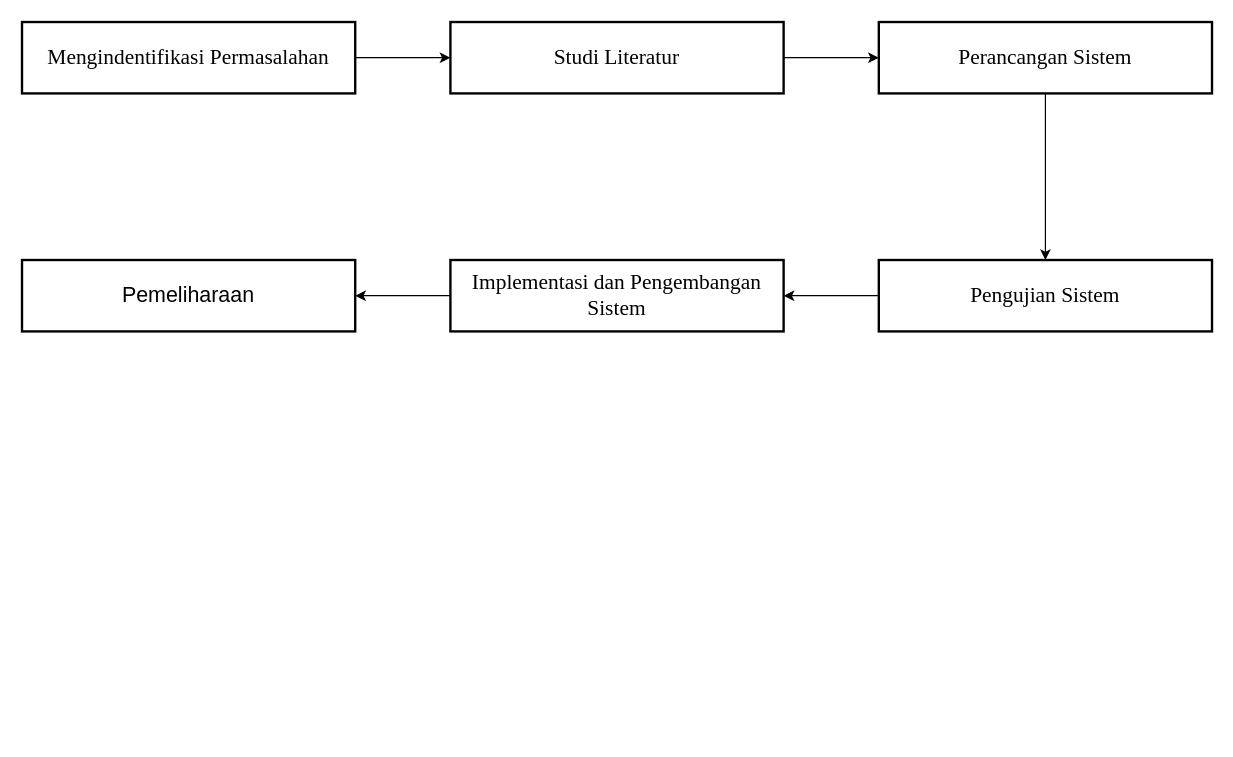
Before: Diagram Kerangka kerja.drawio in Andriansyah2501/Skripsi-Andrian, a draw.io diagram. Source tidied: cells renumbered, new cells numbered last; positions are measured from the earlier drawing's top-left corner, leaving out a move shared by most shapes. Both pictures are drawn from the tidied source at 119%, with x=0, y=0 at pixel (21, 21).
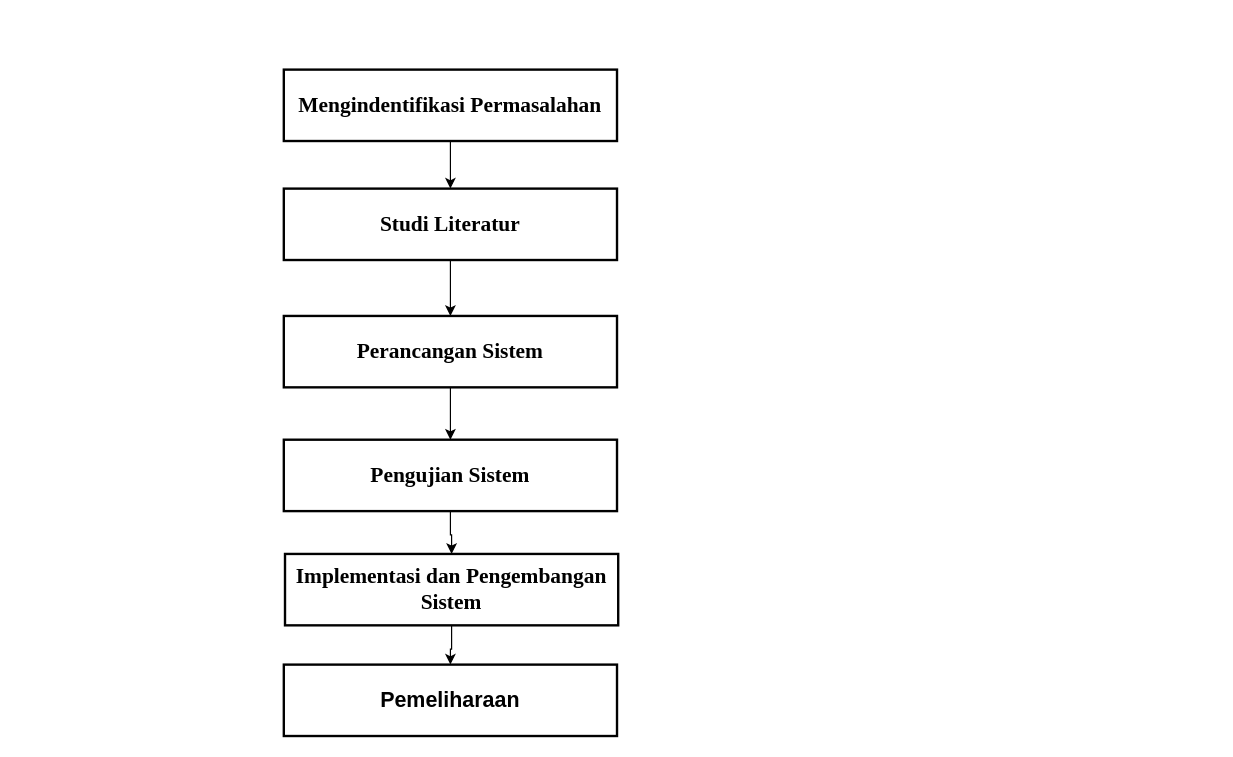
After the change.

Change to the diagram source:
```diff
@@
 <mxGraphModel>
   <root>
     <mxCell id="0" />
     <mxCell id="1" parent="0" />
-    <mxCell id="2" style="edgeStyle=orthogonalEdgeStyle;rounded=0;jettySize=auto;html=1;" parent="1" edge="1" source="3" target="5">
+    <mxCell id="2" style="edgeStyle=orthogonalEdgeStyle;rounded=0;jettySize=auto;html=1;fontStyle=1;" parent="1" edge="1" source="3" target="5">
       <mxGeometry relative="1" as="geometry" />
     </mxCell>
-    <mxCell id="3" value="&lt;p align=&quot;center&quot; class=&quot;MsoNormal&quot;&gt;&lt;font face=&quot;Times New Roman&quot; style=&quot;font-size: 18px;&quot;&gt;Mengindentifikasi Permasalahan&lt;/font&gt;&lt;/p&gt;" style="rounded=0;whiteSpace=wrap;html=1;strokeWidth=2;" parent="1" vertex="1">
-      <mxGeometry width="280" height="60" as="geometry" />
+    <mxCell id="3" value="&lt;p align=&quot;center&quot; class=&quot;MsoNormal&quot;&gt;&lt;font face=&quot;Times New Roman&quot; style=&quot;font-size: 18px;&quot;&gt;Mengindentifikasi Permasalahan&lt;/font&gt;&lt;/p&gt;" style="rounded=0;whiteSpace=wrap;html=1;strokeWidth=2;fontStyle=1;" parent="1" vertex="1">
+      <mxGeometry x="220" y="40" width="280" height="60" as="geometry" />
     </mxCell>
-    <mxCell id="4" style="edgeStyle=orthogonalEdgeStyle;rounded=0;jettySize=auto;html=1;" parent="1" edge="1" source="5" target="7">
+    <mxCell id="4" style="edgeStyle=orthogonalEdgeStyle;rounded=0;jettySize=auto;html=1;fontStyle=1;" parent="1" edge="1" source="5" target="7">
       <mxGeometry relative="1" as="geometry" />
     </mxCell>
-    <mxCell id="5" value="&lt;p align=&quot;center&quot; class=&quot;MsoNormal&quot;&gt;&lt;font face=&quot;Times New Roman&quot; style=&quot;font-size: 18px;&quot;&gt;Studi Literatur&lt;/font&gt;&lt;/p&gt;" style="rounded=0;whiteSpace=wrap;html=1;strokeWidth=2;" parent="1" vertex="1">
-      <mxGeometry x="360" width="280" height="60" as="geometry" />
+    <mxCell id="5" value="&lt;p align=&quot;center&quot; class=&quot;MsoNormal&quot;&gt;&lt;font face=&quot;Times New Roman&quot; style=&quot;font-size: 18px;&quot;&gt;Studi Literatur&lt;/font&gt;&lt;/p&gt;" style="rounded=0;whiteSpace=wrap;html=1;strokeWidth=2;fontStyle=1;" parent="1" vertex="1">
+      <mxGeometry x="220" y="140" width="280" height="60" as="geometry" />
     </mxCell>
-    <mxCell id="6" style="edgeStyle=orthogonalEdgeStyle;rounded=0;jettySize=auto;html=1;" parent="1" edge="1" source="7" target="9">
+    <mxCell id="6" style="edgeStyle=orthogonalEdgeStyle;rounded=0;jettySize=auto;html=1;fontStyle=1;" parent="1" edge="1" source="7" target="9">
       <mxGeometry relative="1" as="geometry" />
     </mxCell>
-    <mxCell id="7" value="&lt;p align=&quot;center&quot; class=&quot;MsoNormal&quot;&gt;&lt;font style=&quot;font-size: 18px;&quot; face=&quot;Times New Roman&quot;&gt;Perancangan Sistem&lt;/font&gt;&lt;/p&gt;" style="rounded=0;whiteSpace=wrap;html=1;strokeWidth=2;" parent="1" vertex="1">
-      <mxGeometry x="720" width="280" height="60" as="geometry" />
+    <mxCell id="7" value="&lt;p align=&quot;center&quot; class=&quot;MsoNormal&quot;&gt;&lt;font style=&quot;font-size: 18px;&quot; face=&quot;Times New Roman&quot;&gt;Perancangan Sistem&lt;/font&gt;&lt;/p&gt;" style="rounded=0;whiteSpace=wrap;html=1;strokeWidth=2;fontStyle=1;" parent="1" vertex="1">
+      <mxGeometry x="220" y="247" width="280" height="60" as="geometry" />
     </mxCell>
-    <mxCell id="8" style="group;" parent="1" vertex="1">
-      <mxGeometry y="200" width="1000" height="60" as="geometry" />
-    </mxCell>
-    <mxCell id="9" value="&lt;p align=&quot;center&quot; class=&quot;MsoNormal&quot;&gt;&lt;font face=&quot;Times New Roman&quot; style=&quot;font-size: 18px;&quot;&gt;Pengujian Sistem&lt;/font&gt;&lt;/p&gt;" style="rounded=0;whiteSpace=wrap;html=1;strokeWidth=2;" parent="8" vertex="1">
-      <mxGeometry x="720" width="280" height="60" as="geometry" />
+    <mxCell id="9" value="&lt;p align=&quot;center&quot; class=&quot;MsoNormal&quot;&gt;&lt;font face=&quot;Times New Roman&quot; style=&quot;font-size: 18px;&quot;&gt;Pengujian Sistem&lt;/font&gt;&lt;/p&gt;" style="rounded=0;whiteSpace=wrap;html=1;strokeWidth=2;fontStyle=1;" parent="1" vertex="1">
+      <mxGeometry x="220" y="351" width="280" height="60" as="geometry" />
     </mxCell>
+    <mxCell id="12" style="edgeStyle=orthogonalEdgeStyle;rounded=0;jettySize=auto;html=1;fontStyle=1;" parent="1" edge="1" source="9" target="10">
+      <mxGeometry relative="1" as="geometry" />
+    </mxCell>
-    <mxCell id="10" value="&lt;p align=&quot;center&quot; class=&quot;MsoNormal&quot;&gt;&lt;font style=&quot;font-size: 18px;&quot; face=&quot;Times New Roman&quot;&gt;Implementasi dan Pengembangan Sistem&lt;/font&gt;&lt;/p&gt;" style="rounded=0;whiteSpace=wrap;html=1;strokeWidth=2;" parent="8" vertex="1">
-      <mxGeometry x="360" width="280" height="60" as="geometry" />
+    <mxCell id="10" value="&lt;p align=&quot;center&quot; class=&quot;MsoNormal&quot;&gt;&lt;font style=&quot;font-size: 18px;&quot; face=&quot;Times New Roman&quot;&gt;Implementasi dan Pengembangan Sistem&lt;/font&gt;&lt;/p&gt;" style="rounded=0;whiteSpace=wrap;html=1;strokeWidth=2;fontStyle=1;" parent="1" vertex="1">
+      <mxGeometry x="221" y="447" width="280" height="60" as="geometry" />
     </mxCell>
-    <mxCell id="11" value="&lt;p align=&quot;center&quot; class=&quot;MsoNormal&quot;&gt;&lt;font style=&quot;font-size: 18px;&quot;&gt;Pemeliharaan&lt;/font&gt;&lt;/p&gt;" style="rounded=0;whiteSpace=wrap;html=1;strokeWidth=2;" parent="8" vertex="1">
-      <mxGeometry width="280" height="60" as="geometry" />
+    <mxCell id="11" value="&lt;p align=&quot;center&quot; class=&quot;MsoNormal&quot;&gt;&lt;font style=&quot;font-size: 18px;&quot;&gt;Pemeliharaan&lt;/font&gt;&lt;/p&gt;" style="rounded=0;whiteSpace=wrap;html=1;strokeWidth=2;fontStyle=1;" parent="1" vertex="1">
+      <mxGeometry x="220" y="540" width="280" height="60" as="geometry" />
     </mxCell>
-    <mxCell id="12" style="edgeStyle=orthogonalEdgeStyle;rounded=0;jettySize=auto;html=1;" parent="8" edge="1" source="9" target="10">
-      <mxGeometry relative="1" as="geometry" />
-    </mxCell>
-    <mxCell id="13" style="edgeStyle=orthogonalEdgeStyle;rounded=0;jettySize=auto;html=1;" parent="8" edge="1" source="10" target="11">
+    <mxCell id="13" style="edgeStyle=orthogonalEdgeStyle;rounded=0;jettySize=auto;html=1;fontStyle=1;" parent="1" edge="1" source="10" target="11">
       <mxGeometry relative="1" as="geometry" />
     </mxCell>
   </root>
 </mxGraphModel>
```
